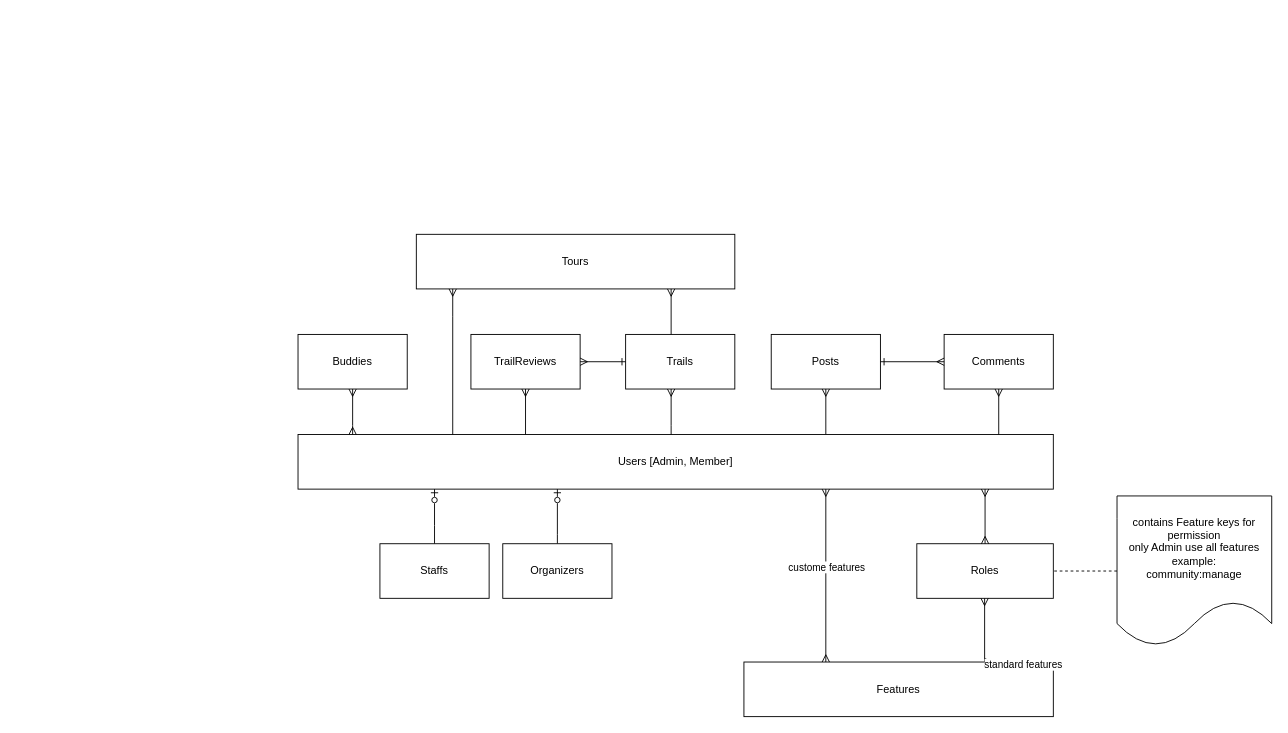
Before: page "Data Models" (3 of 3) of docs/draw/sentang.drawio in chavp/DataModeling, a draw.io diagram. Source tidied: cells renumbered, new cells numbered last; positions are measured from the earlier drawing's top-left corner, leaving out a move shared by most shapes. Both pictures are drawn from the tidied source at 91%, with x=0, y=0 at pixel (298, 234).
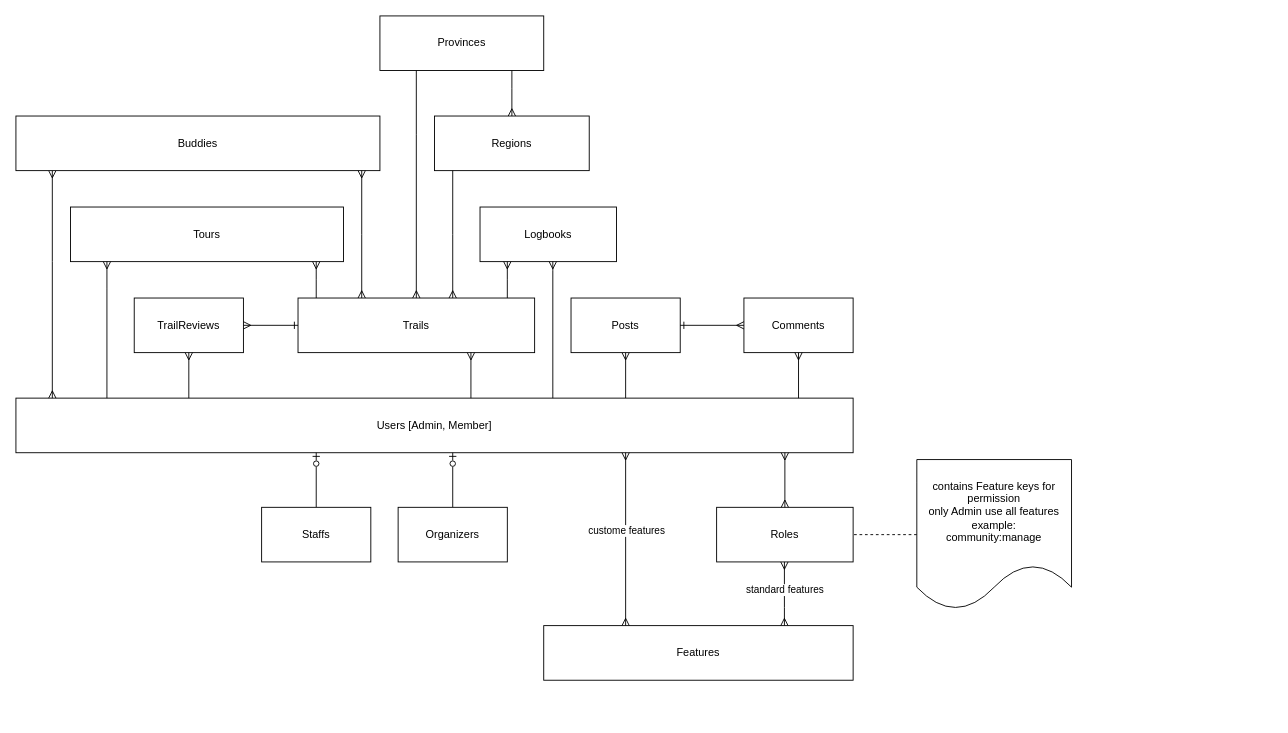
After the change.

Diff of the diagram source:
```diff
@@
     <mxCell id="2" style="edgeStyle=orthogonalEdgeStyle;rounded=0;jettySize=auto;html=1;startArrow=ERmany;startFill=0;endArrow=none;endFill=0;" parent="1" edge="1" source="3" target="4">
       <mxGeometry relative="1" as="geometry">
         <Array as="points">
-          <mxPoint x="570" y="220" />
-          <mxPoint x="570" y="220" />
+          <mxPoint x="350" y="180" />
+          <mxPoint x="350" y="180" />
         </Array>
       </mxGeometry>
     </mxCell>
     <mxCell id="3" value="Posts" style="rounded=0;whiteSpace=wrap;html=1;" parent="1" vertex="1">
-      <mxGeometry x="520" y="110" width="120" height="60" as="geometry" />
+      <mxGeometry x="300" y="70" width="120" height="60" as="geometry" />
     </mxCell>
     <mxCell id="4" value="Users [Admin, Member]" style="rounded=0;whiteSpace=wrap;html=1;" parent="1" vertex="1">
-      <mxGeometry y="220" width="830" height="60" as="geometry" />
+      <mxGeometry x="-310" y="180" width="920" height="60" as="geometry" />
     </mxCell>
     <mxCell id="5" value="Roles" style="rounded=0;whiteSpace=wrap;html=1;" parent="1" vertex="1">
-      <mxGeometry x="680" y="340" width="150" height="60" as="geometry" />
+      <mxGeometry x="460" y="300" width="150" height="60" as="geometry" />
     </mxCell>
     <mxCell id="6" value="Comments" style="rounded=0;whiteSpace=wrap;html=1;" parent="1" vertex="1">
-      <mxGeometry x="710" y="110" width="120" height="60" as="geometry" />
+      <mxGeometry x="490" y="70" width="120" height="60" as="geometry" />
     </mxCell>
     <mxCell id="7" style="edgeStyle=orthogonalEdgeStyle;rounded=0;jettySize=auto;html=1;startArrow=ERmany;startFill=0;endArrow=ERone;endFill=0;" parent="1" edge="1" source="6" target="3">
       <mxGeometry relative="1" as="geometry">
         <Array as="points">
-          <mxPoint x="580" y="140" />
+          <mxPoint x="360" y="100" />
         </Array>
       </mxGeometry>
     </mxCell>
     <mxCell id="8" value="Trails" style="rounded=0;whiteSpace=wrap;html=1;" parent="1" vertex="1">
-      <mxGeometry x="360" y="110" width="120" height="60" as="geometry" />
+      <mxGeometry y="70" width="260" height="60" as="geometry" />
     </mxCell>
     <mxCell id="9" value="TrailReviews" style="rounded=0;whiteSpace=wrap;html=1;" parent="1" vertex="1">
-      <mxGeometry x="190" y="110" width="120" height="60" as="geometry" />
+      <mxGeometry x="-180" y="70" width="120" height="60" as="geometry" />
     </mxCell>
     <mxCell id="10" style="edgeStyle=orthogonalEdgeStyle;rounded=0;jettySize=auto;html=1;startArrow=ERmany;startFill=0;endArrow=none;endFill=0;" parent="1" edge="1" source="6" target="4">
       <mxGeometry relative="1" as="geometry">
         <Array as="points">
-          <mxPoint x="760" y="220" />
-          <mxPoint x="760" y="220" />
+          <mxPoint x="540" y="180" />
+          <mxPoint x="540" y="180" />
         </Array>
       </mxGeometry>
     </mxCell>
     <mxCell id="11" style="edgeStyle=orthogonalEdgeStyle;rounded=0;jettySize=auto;html=1;startArrow=ERmany;startFill=0;endArrow=none;endFill=0;" parent="1" edge="1" source="8" target="4">
       <mxGeometry relative="1" as="geometry">
         <Array as="points">
-          <mxPoint x="410" y="210" />
-          <mxPoint x="410" y="210" />
+          <mxPoint x="190" y="170" />
+          <mxPoint x="190" y="170" />
         </Array>
       </mxGeometry>
     </mxCell>
     <mxCell id="12" style="edgeStyle=orthogonalEdgeStyle;rounded=0;jettySize=auto;html=1;startArrow=ERmany;startFill=0;endArrow=ERone;endFill=0;" parent="1" edge="1" source="9" target="8">
       <mxGeometry relative="1" as="geometry">
         <Array as="points">
-          <mxPoint x="400" y="150" />
-          <mxPoint x="400" y="150" />
+          <mxPoint x="180" y="110" />
+          <mxPoint x="180" y="110" />
         </Array>
       </mxGeometry>
     </mxCell>
     <mxCell id="13" style="edgeStyle=orthogonalEdgeStyle;rounded=0;jettySize=auto;html=1;startArrow=ERmany;startFill=0;endArrow=none;endFill=0;" parent="1" edge="1" source="9" target="4">
       <mxGeometry relative="1" as="geometry">
         <Array as="points">
-          <mxPoint x="240" y="220" />
-          <mxPoint x="240" y="220" />
+          <mxPoint x="20" y="180" />
+          <mxPoint x="20" y="180" />
         </Array>
       </mxGeometry>
     </mxCell>
@@
     <mxCell id="15" value="contains Feature keys for permission&lt;div&gt;only Admin use all features&lt;/div&gt;&lt;div&gt;example:&lt;br&gt;&lt;div&gt;community:manage&lt;/div&gt;&lt;/div&gt;" style="shape=document;whiteSpace=wrap;html=1;boundedLbl=1;" parent="1" vertex="1">
-      <mxGeometry x="900" y="287.5" width="170" height="165" as="geometry" />
+      <mxGeometry x="680" y="247.5" width="170" height="165" as="geometry" />
     </mxCell>
     <mxCell id="16" value="Tours" style="rounded=0;whiteSpace=wrap;html=1;" parent="1" vertex="1">
-      <mxGeometry x="130" width="350" height="60" as="geometry" />
+      <mxGeometry x="-250" y="-30" width="300" height="60" as="geometry" />
     </mxCell>
     <mxCell id="17" style="edgeStyle=orthogonalEdgeStyle;rounded=0;jettySize=auto;html=1;startArrow=ERmany;startFill=0;endArrow=none;endFill=0;" parent="1" edge="1" source="16" target="8">
       <mxGeometry relative="1" as="geometry">
         <Array as="points">
-          <mxPoint x="410" y="70" />
-          <mxPoint x="410" y="70" />
+          <mxPoint x="20" y="50" />
+          <mxPoint x="20" y="50" />
         </Array>
       </mxGeometry>
     </mxCell>
-    <mxCell id="18" style="edgeStyle=orthogonalEdgeStyle;rounded=0;orthogonalLoop=1;jettySize=auto;html=1;startArrow=ERmany;startFill=0;endArrow=none;endFill=0;" parent="1" edge="1">
+    <mxCell id="18" style="edgeStyle=orthogonalEdgeStyle;rounded=0;jettySize=auto;html=1;startArrow=ERmany;startFill=0;endArrow=none;endFill=0;" parent="1" edge="1" source="16">
       <mxGeometry relative="1" as="geometry">
-        <mxPoint x="170" y="60" as="sourcePoint" />
-        <mxPoint x="170" y="220" as="targetPoint" />
+        <mxPoint x="-210" y="180" as="targetPoint" />
         <Array as="points">
-          <mxPoint x="169.9" y="90" />
-          <mxPoint x="169.9" y="90" />
+          <mxPoint x="-210" y="60" />
+          <mxPoint x="-210" y="60" />
         </Array>
       </mxGeometry>
     </mxCell>
     <mxCell id="19" value="Features" style="rounded=0;whiteSpace=wrap;html=1;" parent="1" vertex="1">
-      <mxGeometry x="490" y="470" width="340" height="60" as="geometry" />
+      <mxGeometry x="270" y="430" width="340" height="60" as="geometry" />
     </mxCell>
     <mxCell id="20" style="edgeStyle=orthogonalEdgeStyle;rounded=0;jettySize=auto;html=1;endArrow=ERmany;endFill=0;startArrow=ERmany;startFill=0;" parent="1" edge="1" source="5" target="4">
       <mxGeometry relative="1" as="geometry">
         <Array as="points">
-          <mxPoint x="760" y="350" />
-          <mxPoint x="760" y="350" />
+          <mxPoint x="540" y="310" />
+          <mxPoint x="540" y="310" />
         </Array>
       </mxGeometry>
     </mxCell>
     <mxCell id="21" style="edgeStyle=orthogonalEdgeStyle;rounded=0;orthogonalLoop=1;jettySize=auto;html=1;endArrow=ERmany;endFill=0;startArrow=ERmany;startFill=0;" parent="1" edge="1">
       <mxGeometry relative="1" as="geometry">
-        <mxPoint x="754.5" y="470" as="sourcePoint" />
-        <mxPoint x="754.5" y="400" as="targetPoint" />
+        <mxPoint x="534.5" y="430" as="sourcePoint" />
+        <mxPoint x="534.5" y="360" as="targetPoint" />
         <Array as="points">
-          <mxPoint x="834.5" y="470" />
-          <mxPoint x="834.5" y="470" />
+          <mxPoint x="535" y="410" />
+          <mxPoint x="535" y="410" />
         </Array>
       </mxGeometry>
     </mxCell>
     <mxCell id="22" value="standard features" style="edgeLabel;html=1;align=center;verticalAlign=middle;" parent="21" vertex="1">
-      <mxGeometry x="0.03" y="2" relative="1" as="geometry" />
+      <mxGeometry x="0.03" y="2" relative="1" as="geometry">
+        <mxPoint x="2" y="-4" as="offset" />
+      </mxGeometry>
     </mxCell>
     <mxCell id="23" style="edgeStyle=orthogonalEdgeStyle;rounded=0;jettySize=auto;html=1;endArrow=ERmany;endFill=0;startArrow=ERmany;startFill=0;" parent="1" edge="1" source="19" target="4">
       <mxGeometry relative="1" as="geometry">
         <Array as="points">
-          <mxPoint x="580" y="370" />
-          <mxPoint x="580" y="370" />
+          <mxPoint x="360" y="330" />
+          <mxPoint x="360" y="330" />
         </Array>
       </mxGeometry>
     </mxCell>
@@
     <mxCell id="25" style="edgeStyle=orthogonalEdgeStyle;rounded=0;jettySize=auto;html=1;endArrow=ERzeroToOne;endFill=0;startArrow=none;startFill=0;" parent="1" edge="1" source="26" target="4">
       <mxGeometry relative="1" as="geometry">
         <Array as="points">
-          <mxPoint x="150" y="320" />
-          <mxPoint x="150" y="320" />
+          <mxPoint x="-10" y="300" />
+          <mxPoint x="-10" y="300" />
         </Array>
       </mxGeometry>
     </mxCell>
     <mxCell id="26" value="Staffs" style="rounded=0;whiteSpace=wrap;html=1;" parent="1" vertex="1">
-      <mxGeometry x="90" y="340" width="120" height="60" as="geometry" />
+      <mxGeometry x="-40" y="300" width="120" height="60" as="geometry" />
     </mxCell>
     <mxCell id="27" style="edgeStyle=orthogonalEdgeStyle;rounded=0;jettySize=auto;html=1;endArrow=ERzeroToOne;endFill=0;" parent="1" edge="1" source="28" target="4">
       <mxGeometry relative="1" as="geometry">
         <Array as="points">
-          <mxPoint x="285" y="330" />
-          <mxPoint x="285" y="330" />
+          <mxPoint x="170" y="300" />
+          <mxPoint x="170" y="300" />
         </Array>
       </mxGeometry>
     </mxCell>
     <mxCell id="28" value="Organizers" style="rounded=0;whiteSpace=wrap;html=1;" parent="1" vertex="1">
-      <mxGeometry x="225" y="340" width="120" height="60" as="geometry" />
+      <mxGeometry x="110" y="300" width="120" height="60" as="geometry" />
     </mxCell>
     <mxCell id="29" style="edgeStyle=orthogonalEdgeStyle;rounded=0;jettySize=auto;html=1;endArrow=ERmany;endFill=0;startArrow=ERmany;startFill=0;" parent="1" edge="1" source="30" target="4">
       <mxGeometry relative="1" as="geometry">
         <Array as="points">
-          <mxPoint x="60" y="210" />
-          <mxPoint x="60" y="210" />
+          <mxPoint x="-270" y="30" />
+          <mxPoint x="-270" y="30" />
         </Array>
       </mxGeometry>
     </mxCell>
     <mxCell id="30" value="Buddies" style="rounded=0;whiteSpace=wrap;html=1;" parent="1" vertex="1">
-      <mxGeometry y="110" width="120" height="60" as="geometry" />
+      <mxGeometry x="-310" y="-130" width="400" height="60" as="geometry" />
     </mxCell>
+    <mxCell id="31" value="Logbooks" style="rounded=0;whiteSpace=wrap;html=1;" parent="1" vertex="1">
+      <mxGeometry x="200" y="-30" width="150" height="60" as="geometry" />
+    </mxCell>
+    <mxCell id="32" style="edgeStyle=orthogonalEdgeStyle;rounded=0;jettySize=auto;html=1;startArrow=ERmany;startFill=0;endArrow=none;endFill=0;" parent="1" edge="1" source="31" target="8">
+      <mxGeometry relative="1" as="geometry">
+        <Array as="points">
+          <mxPoint x="230" y="50" />
+          <mxPoint x="230" y="50" />
+        </Array>
+      </mxGeometry>
+    </mxCell>
+    <mxCell id="33" style="edgeStyle=orthogonalEdgeStyle;rounded=0;jettySize=auto;html=1;startArrow=ERmany;startFill=0;endArrow=none;endFill=0;" parent="1" edge="1" source="31" target="4">
+      <mxGeometry relative="1" as="geometry">
+        <Array as="points">
+          <mxPoint x="280" y="40" />
+          <mxPoint x="280" y="40" />
+        </Array>
+      </mxGeometry>
+    </mxCell>
+    <mxCell id="34" value="Regions" style="rounded=0;whiteSpace=wrap;html=1;" parent="1" vertex="1">
+      <mxGeometry x="150" y="-130" width="170" height="60" as="geometry" />
+    </mxCell>
+    <mxCell id="35" style="edgeStyle=orthogonalEdgeStyle;rounded=0;jettySize=auto;html=1;startArrow=ERmany;startFill=0;endArrow=none;endFill=0;" parent="1" edge="1" source="8" target="34">
+      <mxGeometry relative="1" as="geometry">
+        <Array as="points">
+          <mxPoint x="170" />
+          <mxPoint x="170" />
+        </Array>
+      </mxGeometry>
+    </mxCell>
+    <mxCell id="36" value="Provinces" style="rounded=0;whiteSpace=wrap;html=1;" parent="1" vertex="1">
+      <mxGeometry x="90" y="-240" width="180" height="60" as="geometry" />
+    </mxCell>
+    <mxCell id="37" style="edgeStyle=orthogonalEdgeStyle;rounded=0;jettySize=auto;html=1;startArrow=ERmany;startFill=0;endArrow=none;endFill=0;" parent="1" edge="1" source="8" target="36">
+      <mxGeometry relative="1" as="geometry">
+        <Array as="points">
+          <mxPoint x="130" y="-110" />
+          <mxPoint x="130" y="-110" />
+        </Array>
+      </mxGeometry>
+    </mxCell>
+    <mxCell id="38" style="edgeStyle=orthogonalEdgeStyle;rounded=0;jettySize=auto;html=1;startArrow=ERmany;startFill=0;endArrow=none;endFill=0;" parent="1" edge="1" source="34" target="36">
+      <mxGeometry relative="1" as="geometry">
+        <Array as="points">
+          <mxPoint x="235" y="-160" />
+          <mxPoint x="235" y="-160" />
+        </Array>
+      </mxGeometry>
+    </mxCell>
+    <mxCell id="39" style="edgeStyle=orthogonalEdgeStyle;rounded=0;jettySize=auto;html=1;endArrow=ERmany;endFill=0;startArrow=ERmany;startFill=0;" parent="1" edge="1" source="30" target="8">
+      <mxGeometry relative="1" as="geometry">
+        <Array as="points">
+          <mxPoint x="70" />
+          <mxPoint x="70" />
+        </Array>
+      </mxGeometry>
+    </mxCell>
```
